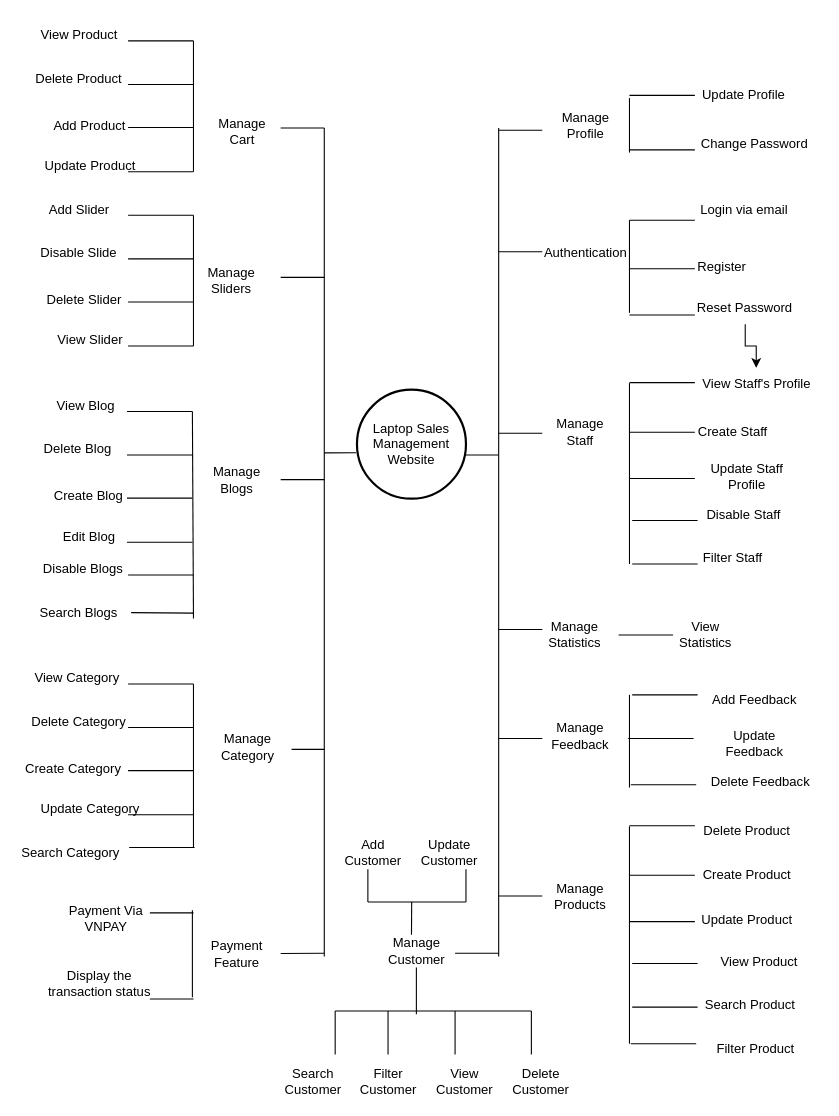
DungLV2003/SWR keeps this draw.io diagram as page "Trang-4" (4 of 6) of Use-Case.drawio. Above is the earlier version. Source tidied: cells renumbered, new cells numbered last; positions are measured from the earlier drawing's top-left corner, leaving out a move shared by most shapes. Both pictures are drawn from the tidied source at 109%, with x=0, y=0 at pixel (19, 19).
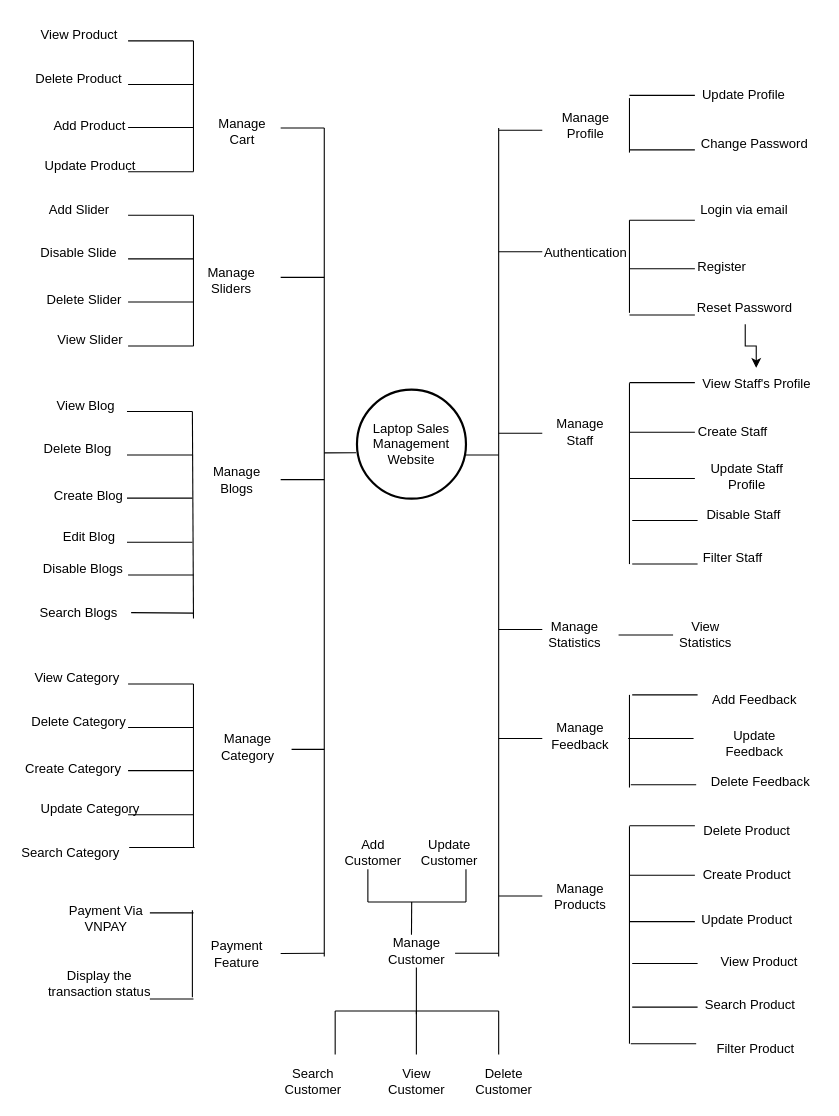
The same diagram, later.

Diff of the diagram source:
```diff
@@
     <mxCell id="126" style="endArrow=none;html=1;rounded=0;" parent="1" edge="1">
       <mxGeometry relative="1" as="geometry">
         <mxPoint x="290" y="910" as="sourcePoint" />
-        <mxPoint x="470" y="910" as="targetPoint" />
+        <mxPoint x="440" y="910" as="targetPoint" />
         <Array as="points">
           <mxPoint x="360" y="910" />
         </Array>
       </mxGeometry>
     </mxCell>
@@
-    <mxCell id="128" style="endArrow=none;html=1;rounded=0;" parent="1" edge="1">
-      <mxGeometry relative="1" as="geometry">
-        <mxPoint x="338.5" y="910" as="sourcePoint" />
-        <mxPoint x="338.5" y="950" as="targetPoint" />
-      </mxGeometry>
-    </mxCell>
@@
-    <mxCell id="130" value="Filter Customer" style="text;html=1;align=center;verticalAlign=middle;whiteSpace=wrap;rounded=0;" parent="1" vertex="1">
-      <mxGeometry x="304" y="960" width="70" height="30" as="geometry" />
-    </mxCell>
     <mxCell id="131" value="View Customer" style="text;html=1;align=center;verticalAlign=middle;whiteSpace=wrap;rounded=0;" parent="1" vertex="1">
-      <mxGeometry x="374" y="960" width="70" height="30" as="geometry" />
+      <mxGeometry x="330" y="960" width="70" height="30" as="geometry" />
     </mxCell>
@@
     <mxCell id="134" value="&lt;div&gt;Delete&lt;/div&gt;&lt;div&gt;Customer&lt;/div&gt;" style="text;html=1;align=center;verticalAlign=middle;whiteSpace=wrap;rounded=0;" parent="1" vertex="1">
-      <mxGeometry x="444" y="960" width="70" height="30" as="geometry" />
+      <mxGeometry x="410" y="960" width="70" height="30" as="geometry" />
     </mxCell>
     <mxCell id="135" style="endArrow=none;html=1;rounded=0;" parent="1" edge="1">
       <mxGeometry relative="1" as="geometry">
-        <mxPoint x="400" y="910" as="sourcePoint" />
-        <mxPoint x="400" y="950" as="targetPoint" />
+        <mxPoint x="364.5" y="910" as="sourcePoint" />
+        <mxPoint x="364.5" y="950" as="targetPoint" />
       </mxGeometry>
     </mxCell>
     <mxCell id="136" style="endArrow=none;html=1;rounded=0;" parent="1" edge="1">
       <mxGeometry relative="1" as="geometry">
-        <mxPoint x="470" y="910" as="sourcePoint" />
-        <mxPoint x="470" y="950" as="targetPoint" />
+        <mxPoint x="440" y="910" as="sourcePoint" />
+        <mxPoint x="440" y="950" as="targetPoint" />
       </mxGeometry>
     </mxCell>
```
